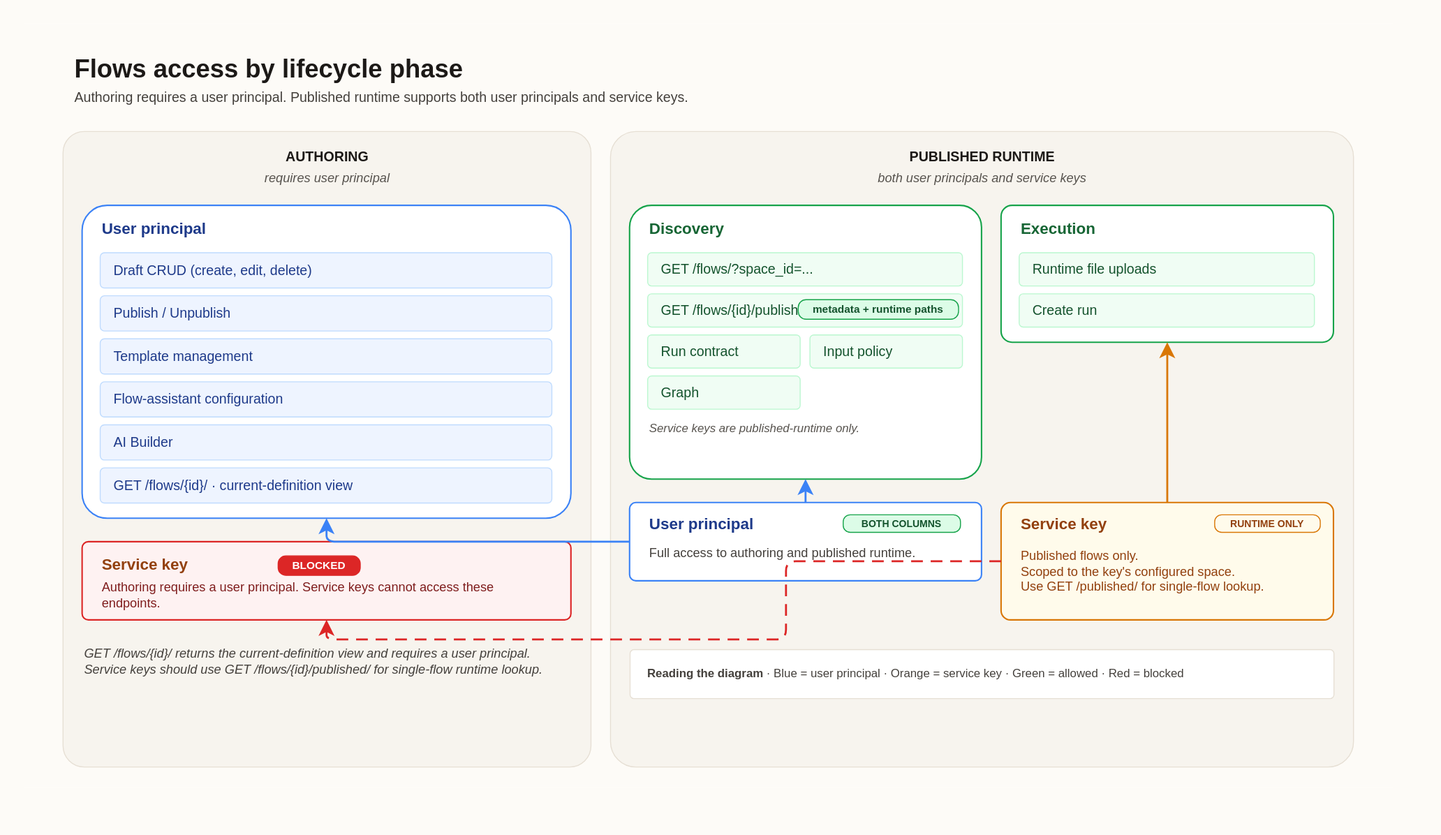
Above: frontend/apps/docs-site/public/diagrams/flows-access-lifecycle.svg in eneo-ai/eneo (draw.io), before the change. Source tidied: cells renumbered, new cells last; positions are measured from the earlier drawing's top-left corner, leaving out a move shared by most shapes.
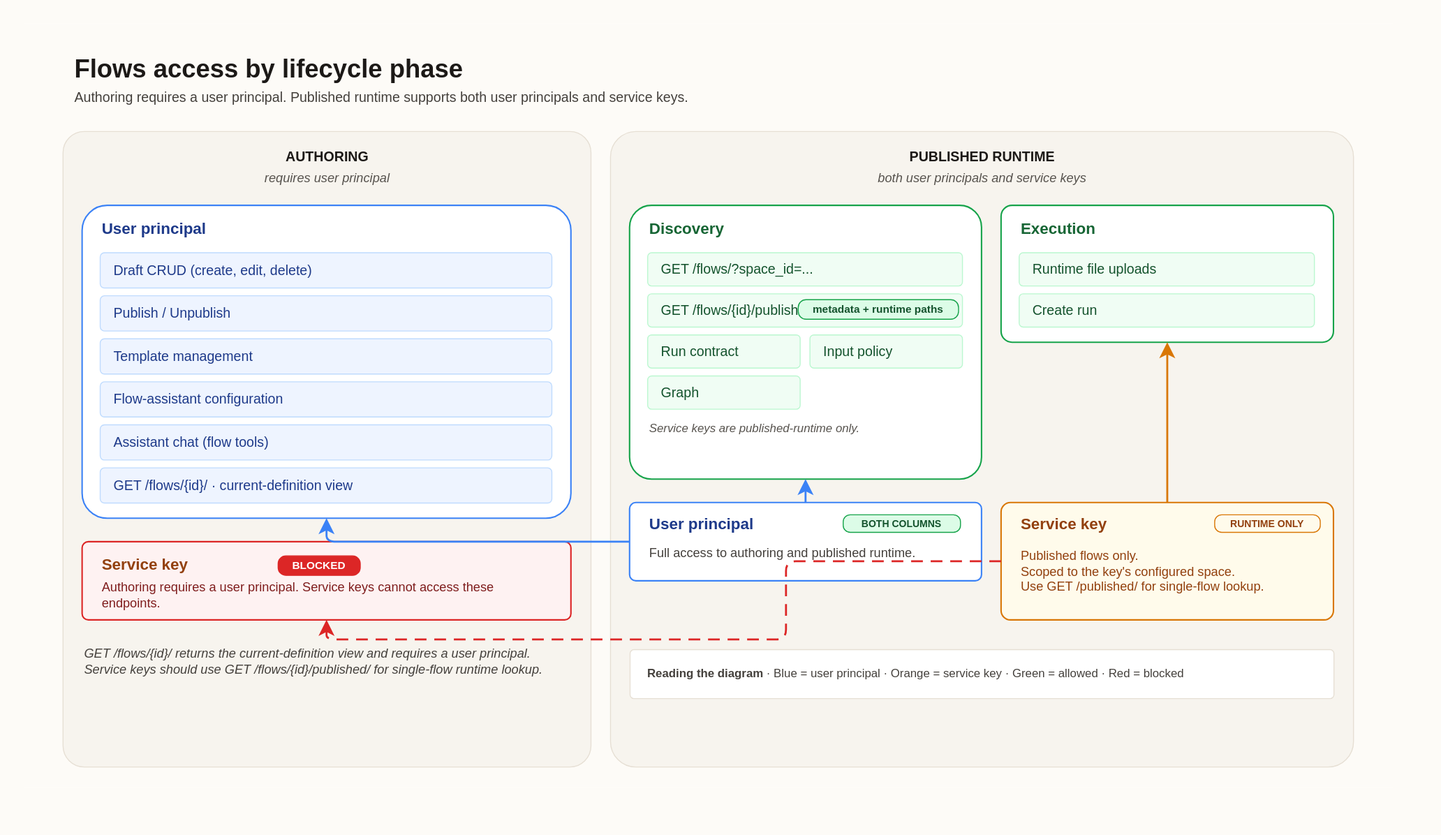
After the change.

Diff of the diagram source:
```diff
@@ -47,7 +47,7 @@
     <mxCell id="16" value="Flow-assistant configuration" style="rounded=1;arcSize=12;whiteSpace=wrap;html=1;fillColor=#EEF4FF;strokeColor=#BFDBFE;strokeWidth=1;fontSize=14;fontColor=#1E3A8A;fontFamily=Helvetica;align=left;spacingLeft=12;" parent="1" vertex="1">
       <mxGeometry x="78" y="366" width="462" height="36" as="geometry" />
     </mxCell>
-    <mxCell id="17" value="AI Builder" style="rounded=1;arcSize=12;whiteSpace=wrap;html=1;fillColor=#EEF4FF;strokeColor=#BFDBFE;strokeWidth=1;fontSize=14;fontColor=#1E3A8A;fontFamily=Helvetica;align=left;spacingLeft=12;" parent="1" vertex="1">
+    <mxCell id="17" value="Assistant chat (flow tools)" style="rounded=1;arcSize=12;whiteSpace=wrap;html=1;fillColor=#EEF4FF;strokeColor=#BFDBFE;strokeWidth=1;fontSize=14;fontColor=#1E3A8A;fontFamily=Helvetica;align=left;spacingLeft=12;" parent="1" vertex="1">
       <mxGeometry x="78" y="410" width="462" height="36" as="geometry" />
     </mxCell>
     <mxCell id="18" value="GET /flows/{id}/  ·  current-definition view" style="rounded=1;arcSize=12;whiteSpace=wrap;html=1;fillColor=#EEF4FF;strokeColor=#BFDBFE;strokeWidth=1;fontSize=14;fontColor=#1E3A8A;fontFamily=Helvetica;align=left;spacingLeft=12;" parent="1" vertex="1">
```
